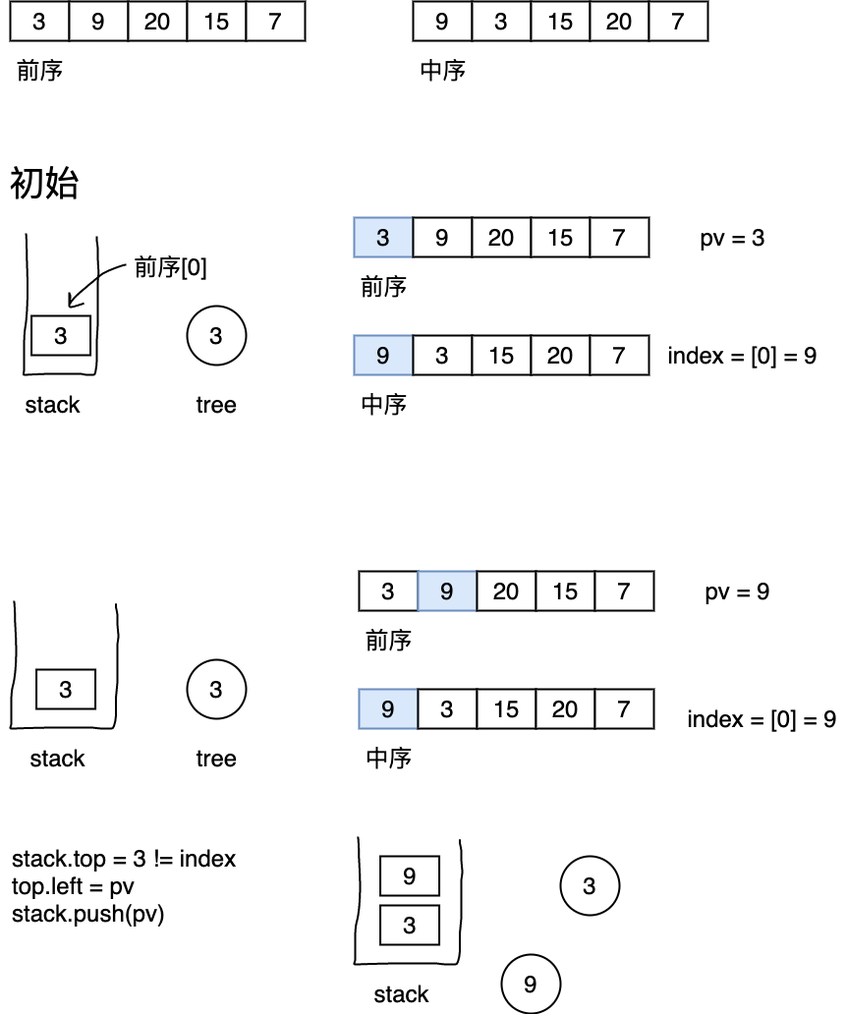
Before: offer_07.png, a diagram exported from draw.io (autsu/diagrams). Source tidied: cells renumbered, new cells last; positions are measured from the earlier drawing's top-left corner, leaving out a move shared by most shapes.
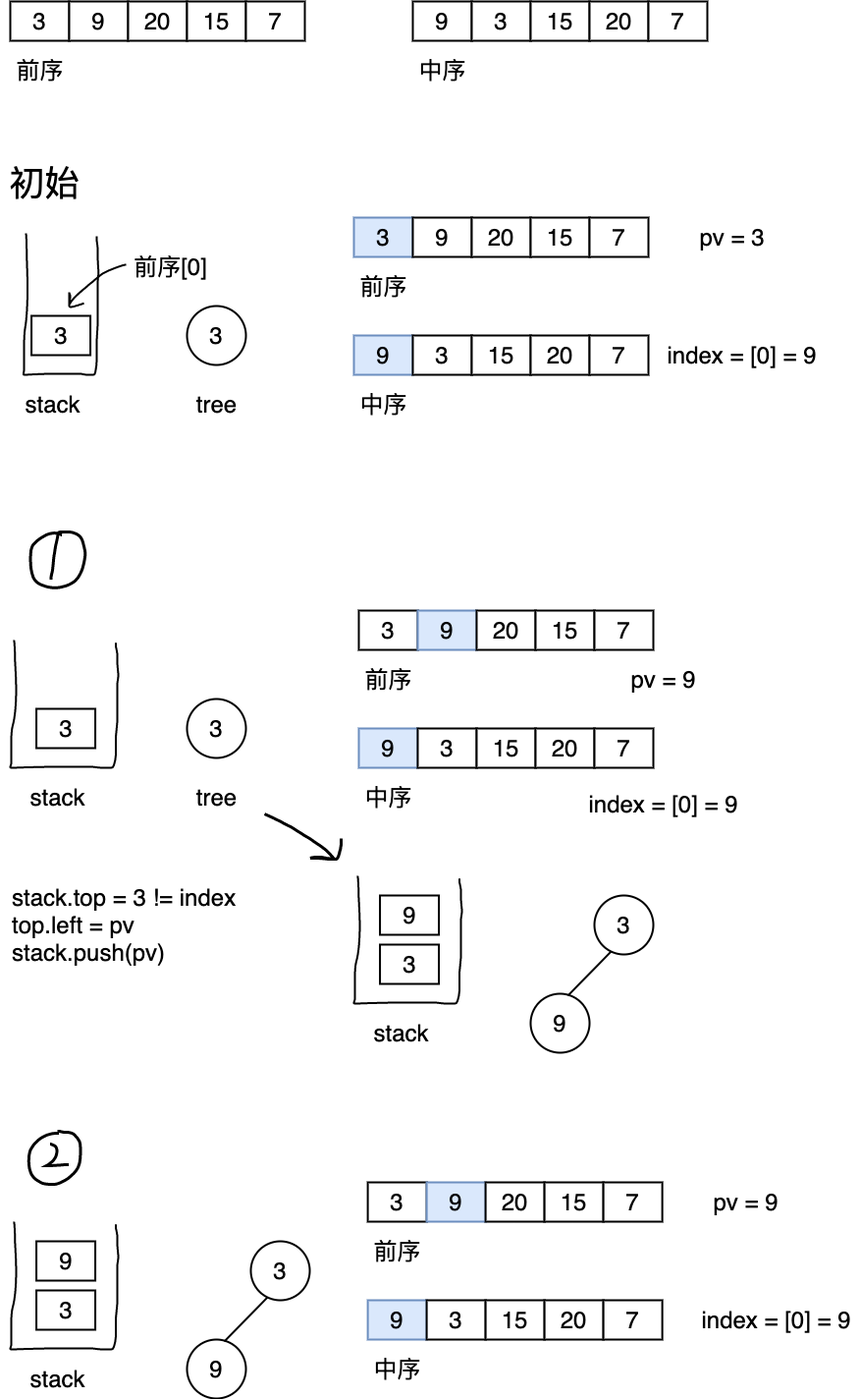
Above is the later version.

Diff of the diagram source:
```diff
@@ -99,58 +99,58 @@
       <mxGeometry x="705" y="230" width="80" height="20" as="geometry" />
     </mxCell>
     <mxCell id="34" style="shape=(stored shape, 1588 characters);fillColor=none;strokeWidth=2;" parent="1" vertex="1">
-      <mxGeometry x="10" y="610" width="110" height="130" as="geometry" />
+      <mxGeometry x="10" y="650" width="110" height="130" as="geometry" />
     </mxCell>
     <mxCell id="35" value="&lt;span style=&quot;font-size: 24px&quot;&gt;3&lt;/span&gt;" style="rounded=0;whiteSpace=wrap;html=1;strokeWidth=2;" parent="1" vertex="1">
-      <mxGeometry x="36.6" y="680" width="60" height="40" as="geometry" />
+      <mxGeometry x="36.6" y="720" width="60" height="40" as="geometry" />
     </mxCell>
     <mxCell id="36" value="&lt;font style=&quot;font-size: 24px&quot;&gt;3&lt;/font&gt;" style="ellipse;whiteSpace=wrap;html=1;strokeWidth=2;" parent="1" vertex="1">
-      <mxGeometry x="190" y="670" width="60" height="60" as="geometry" />
+      <mxGeometry x="190" y="710" width="60" height="60" as="geometry" />
     </mxCell>
     <mxCell id="37" value="&lt;font style=&quot;font-size: 24px&quot;&gt;3&lt;/font&gt;" style="rounded=0;whiteSpace=wrap;html=1;strokeWidth=2;" parent="1" vertex="1">
-      <mxGeometry x="365" y="580" width="60" height="40" as="geometry" />
+      <mxGeometry x="365" y="620" width="60" height="40" as="geometry" />
     </mxCell>
     <mxCell id="38" value="&lt;span style=&quot;font-size: 24px&quot;&gt;9&lt;/span&gt;" style="rounded=0;whiteSpace=wrap;html=1;strokeWidth=2;fillColor=#dae8fc;strokeColor=#6c8ebf;" parent="1" vertex="1">
-      <mxGeometry x="425" y="580" width="60" height="40" as="geometry" />
+      <mxGeometry x="425" y="620" width="60" height="40" as="geometry" />
     </mxCell>
     <mxCell id="39" value="&lt;span style=&quot;font-size: 24px&quot;&gt;20&lt;/span&gt;" style="rounded=0;whiteSpace=wrap;html=1;strokeWidth=2;" parent="1" vertex="1">
-      <mxGeometry x="485" y="580" width="60" height="40" as="geometry" />
+      <mxGeometry x="485" y="620" width="60" height="40" as="geometry" />
     </mxCell>
     <mxCell id="40" value="&lt;span style=&quot;font-size: 24px&quot;&gt;15&lt;/span&gt;" style="rounded=0;whiteSpace=wrap;html=1;strokeWidth=2;" parent="1" vertex="1">
-      <mxGeometry x="545" y="580" width="60" height="40" as="geometry" />
+      <mxGeometry x="545" y="620" width="60" height="40" as="geometry" />
     </mxCell>
     <mxCell id="41" value="&lt;span style=&quot;font-size: 24px&quot;&gt;7&lt;/span&gt;" style="rounded=0;whiteSpace=wrap;html=1;strokeWidth=2;" parent="1" vertex="1">
-      <mxGeometry x="605" y="580" width="60" height="40" as="geometry" />
+      <mxGeometry x="605" y="620" width="60" height="40" as="geometry" />
     </mxCell>
     <mxCell id="42" value="&lt;font style=&quot;font-size: 24px&quot;&gt;前序&lt;/font&gt;" style="text;html=1;align=center;verticalAlign=middle;fillColor=none;strokeColor=none;rounded=0;" parent="1" vertex="1">
-      <mxGeometry x="365" y="640" width="60" height="20" as="geometry" />
+      <mxGeometry x="365" y="680" width="60" height="20" as="geometry" />
     </mxCell>
     <mxCell id="43" value="&lt;span style=&quot;font-size: 24px&quot;&gt;9&lt;/span&gt;" style="rounded=0;whiteSpace=wrap;html=1;strokeWidth=2;fillColor=#dae8fc;strokeColor=#6c8ebf;" parent="1" vertex="1">
-      <mxGeometry x="365" y="700" width="60" height="40" as="geometry" />
+      <mxGeometry x="365" y="740" width="60" height="40" as="geometry" />
     </mxCell>
     <mxCell id="44" value="&lt;span style=&quot;font-size: 24px&quot;&gt;3&lt;/span&gt;" style="rounded=0;whiteSpace=wrap;html=1;strokeWidth=2;" parent="1" vertex="1">
-      <mxGeometry x="425" y="700" width="60" height="40" as="geometry" />
+      <mxGeometry x="425" y="740" width="60" height="40" as="geometry" />
     </mxCell>
     <mxCell id="45" value="&lt;span style=&quot;font-size: 24px&quot;&gt;15&lt;/span&gt;" style="rounded=0;whiteSpace=wrap;html=1;strokeWidth=2;" parent="1" vertex="1">
-      <mxGeometry x="485" y="700" width="60" height="40" as="geometry" />
+      <mxGeometry x="485" y="740" width="60" height="40" as="geometry" />
     </mxCell>
     <mxCell id="46" value="&lt;span style=&quot;font-size: 24px&quot;&gt;20&lt;/span&gt;" style="rounded=0;whiteSpace=wrap;html=1;strokeWidth=2;" parent="1" vertex="1">
-      <mxGeometry x="545" y="700" width="60" height="40" as="geometry" />
+      <mxGeometry x="545" y="740" width="60" height="40" as="geometry" />
     </mxCell>
     <mxCell id="47" value="&lt;span style=&quot;font-size: 24px&quot;&gt;7&lt;/span&gt;" style="rounded=0;whiteSpace=wrap;html=1;strokeWidth=2;" parent="1" vertex="1">
-      <mxGeometry x="605" y="700" width="60" height="40" as="geometry" />
+      <mxGeometry x="605" y="740" width="60" height="40" as="geometry" />
     </mxCell>
     <mxCell id="48" value="&lt;font style=&quot;font-size: 24px&quot;&gt;中序&lt;/font&gt;" style="text;html=1;align=center;verticalAlign=middle;fillColor=none;strokeColor=none;rounded=0;" parent="1" vertex="1">
-      <mxGeometry x="365" y="760" width="60" height="20" as="geometry" />
+      <mxGeometry x="365" y="800" width="60" height="20" as="geometry" />
     </mxCell>
     <mxCell id="49" value="&lt;font style=&quot;font-size: 24px&quot;&gt;stack&lt;/font&gt;" style="text;html=1;align=center;verticalAlign=middle;fillColor=none;strokeColor=none;rounded=0;" parent="1" vertex="1">
-      <mxGeometry x="23.4" y="760" width="70" height="20" as="geometry" />
+      <mxGeometry x="23.4" y="800" width="70" height="20" as="geometry" />
     </mxCell>
     <mxCell id="50" value="&lt;font style=&quot;font-size: 24px&quot;&gt;tree&lt;/font&gt;" style="text;html=1;align=center;verticalAlign=middle;fillColor=none;strokeColor=none;rounded=0;" parent="1" vertex="1">
-      <mxGeometry x="190" y="760" width="60" height="20" as="geometry" />
+      <mxGeometry x="190" y="800" width="60" height="20" as="geometry" />
     </mxCell>
     <mxCell id="51" value="&lt;font style=&quot;font-size: 24px&quot;&gt;pv = 9&lt;/font&gt;" style="text;html=1;align=center;verticalAlign=middle;fillColor=none;strokeColor=none;rounded=0;" parent="1" vertex="1">
-      <mxGeometry x="710" y="590" width="80" height="20" as="geometry" />
+      <mxGeometry x="635" y="680" width="80" height="20" as="geometry" />
     </mxCell>
     <mxCell id="52" style="shape=(stored shape, 1236 characters);fillColor=none;strokeWidth=2;" parent="1" vertex="1">
       <mxGeometry x="70" y="268" width="58" height="43" as="geometry" />
@@ -159,28 +159,103 @@
       <mxGeometry x="128" y="260" width="90" height="20" as="geometry" />
     </mxCell>
     <mxCell id="54" value="&lt;font style=&quot;font-size: 24px&quot;&gt;index = [0] = 9&lt;/font&gt;" style="text;html=1;align=center;verticalAlign=middle;fillColor=none;strokeColor=none;rounded=0;" parent="1" vertex="1">
-      <mxGeometry x="690" y="720" width="170" height="20" as="geometry" />
+      <mxGeometry x="590" y="807" width="170" height="20" as="geometry" />
     </mxCell>
     <mxCell id="55" value="&lt;font style=&quot;font-size: 24px&quot;&gt;stack.top = 3 != index&lt;br&gt;top.left = pv&lt;br&gt;stack.push(pv)&lt;br&gt;&lt;/font&gt;" style="text;html=1;align=left;verticalAlign=middle;fillColor=none;strokeColor=none;rounded=0;" parent="1" vertex="1">
-      <mxGeometry x="10" y="870" width="240" height="60" as="geometry" />
+      <mxGeometry x="10" y="910" width="240" height="60" as="geometry" />
     </mxCell>
     <mxCell id="56" style="shape=(stored shape, 1588 characters);fillColor=none;strokeWidth=2;" parent="1" vertex="1">
-      <mxGeometry x="360" y="850" width="110" height="130" as="geometry" />
+      <mxGeometry x="360" y="890" width="110" height="130" as="geometry" />
     </mxCell>
     <mxCell id="57" value="&lt;span style=&quot;font-size: 24px&quot;&gt;3&lt;/span&gt;" style="rounded=0;whiteSpace=wrap;html=1;strokeWidth=2;" parent="1" vertex="1">
-      <mxGeometry x="386.6" y="920" width="60" height="40" as="geometry" />
+      <mxGeometry x="386.6" y="960" width="60" height="40" as="geometry" />
     </mxCell>
     <mxCell id="58" value="&lt;font style=&quot;font-size: 24px&quot;&gt;3&lt;/font&gt;" style="ellipse;whiteSpace=wrap;html=1;strokeWidth=2;" parent="1" vertex="1">
-      <mxGeometry x="570" y="870" width="60" height="60" as="geometry" />
+      <mxGeometry x="605" y="910" width="60" height="60" as="geometry" />
     </mxCell>
     <mxCell id="59" value="&lt;font style=&quot;font-size: 24px&quot;&gt;stack&lt;/font&gt;" style="text;html=1;align=center;verticalAlign=middle;fillColor=none;strokeColor=none;rounded=0;" parent="1" vertex="1">
-      <mxGeometry x="373.4" y="1000" width="70" height="20" as="geometry" />
+      <mxGeometry x="373.4" y="1040" width="70" height="20" as="geometry" />
     </mxCell>
     <mxCell id="60" value="&lt;span style=&quot;font-size: 24px&quot;&gt;9&lt;/span&gt;" style="rounded=0;whiteSpace=wrap;html=1;strokeWidth=2;" parent="1" vertex="1">
-      <mxGeometry x="386.6" y="870" width="60" height="40" as="geometry" />
+      <mxGeometry x="386.6" y="910" width="60" height="40" as="geometry" />
     </mxCell>
     <mxCell id="61" value="&lt;font style=&quot;font-size: 24px&quot;&gt;9&lt;/font&gt;" style="ellipse;whiteSpace=wrap;html=1;strokeWidth=2;" parent="1" vertex="1">
-      <mxGeometry x="510" y="970" width="60" height="60" as="geometry" />
+      <mxGeometry x="540" y="1010" width="60" height="60" as="geometry" />
     </mxCell>
+    <mxCell id="62" style="shape=(stored shape, 1960 characters);fillColor=none;strokeWidth=3;" parent="1" vertex="1">
+      <mxGeometry x="30.5" y="540" width="55.8" height="56.8" as="geometry" />
+    </mxCell>
+    <mxCell id="63" style="endArrow=none;html=1;strokeWidth=2;entryX=0.283;entryY=0.95;entryDx=0;entryDy=0;entryPerimeter=0;exitX=0.633;exitY=0.033;exitDx=0;exitDy=0;exitPerimeter=0;" parent="1" edge="1" source="61" target="58">
+      <mxGeometry relative="1" as="geometry" />
+    </mxCell>
+    <mxCell id="64" style="shape=(stored shape, 1760 characters);fillColor=none;strokeWidth=3;" parent="1" vertex="1">
+      <mxGeometry x="269" y="827" width="78" height="46" as="geometry" />
+    </mxCell>
+    <mxCell id="65" style="shape=(stored shape, 1940 characters);fillColor=none;strokeWidth=3;" parent="1" vertex="1">
+      <mxGeometry x="28.9" y="1150" width="52.8" height="54" as="geometry" />
+    </mxCell>
+    <mxCell id="66" style="shape=(stored shape, 1588 characters);fillColor=none;strokeWidth=2;" parent="1" vertex="1">
+      <mxGeometry x="10" y="1242" width="110" height="130" as="geometry" />
+    </mxCell>
+    <mxCell id="67" value="&lt;span style=&quot;font-size: 24px&quot;&gt;3&lt;/span&gt;" style="rounded=0;whiteSpace=wrap;html=1;strokeWidth=2;" parent="1" vertex="1">
+      <mxGeometry x="36.6" y="1312" width="60" height="40" as="geometry" />
+    </mxCell>
+    <mxCell id="68" value="&lt;font style=&quot;font-size: 24px&quot;&gt;3&lt;/font&gt;" style="ellipse;whiteSpace=wrap;html=1;strokeWidth=2;" parent="1" vertex="1">
+      <mxGeometry x="255" y="1262" width="60" height="60" as="geometry" />
+    </mxCell>
+    <mxCell id="69" value="&lt;font style=&quot;font-size: 24px&quot;&gt;stack&lt;/font&gt;" style="text;html=1;align=center;verticalAlign=middle;fillColor=none;strokeColor=none;rounded=0;" parent="1" vertex="1">
+      <mxGeometry x="23.4" y="1392" width="70" height="20" as="geometry" />
+    </mxCell>
+    <mxCell id="70" value="&lt;span style=&quot;font-size: 24px&quot;&gt;9&lt;/span&gt;" style="rounded=0;whiteSpace=wrap;html=1;strokeWidth=2;" parent="1" vertex="1">
+      <mxGeometry x="36.6" y="1262" width="60" height="40" as="geometry" />
+    </mxCell>
+    <mxCell id="71" value="&lt;font style=&quot;font-size: 24px&quot;&gt;9&lt;/font&gt;" style="ellipse;whiteSpace=wrap;html=1;strokeWidth=2;" parent="1" vertex="1">
+      <mxGeometry x="190" y="1362" width="60" height="60" as="geometry" />
+    </mxCell>
+    <mxCell id="72" style="endArrow=none;html=1;strokeWidth=2;entryX=0.283;entryY=0.95;entryDx=0;entryDy=0;entryPerimeter=0;exitX=0.633;exitY=0.033;exitDx=0;exitDy=0;exitPerimeter=0;" parent="1" edge="1" source="71" target="68">
+      <mxGeometry relative="1" as="geometry" />
+    </mxCell>
+    <mxCell id="73" value="&lt;font style=&quot;font-size: 24px&quot;&gt;3&lt;/font&gt;" style="rounded=0;whiteSpace=wrap;html=1;strokeWidth=2;" parent="1" vertex="1">
+      <mxGeometry x="374.1" y="1202" width="60" height="40" as="geometry" />
+    </mxCell>
+    <mxCell id="74" value="&lt;span style=&quot;font-size: 24px&quot;&gt;9&lt;/span&gt;" style="rounded=0;whiteSpace=wrap;html=1;strokeWidth=2;fillColor=#dae8fc;strokeColor=#6c8ebf;" parent="1" vertex="1">
+      <mxGeometry x="434.1" y="1202" width="60" height="40" as="geometry" />
+    </mxCell>
+    <mxCell id="75" value="&lt;span style=&quot;font-size: 24px&quot;&gt;20&lt;/span&gt;" style="rounded=0;whiteSpace=wrap;html=1;strokeWidth=2;" parent="1" vertex="1">
+      <mxGeometry x="494.1" y="1202" width="60" height="40" as="geometry" />
+    </mxCell>
+    <mxCell id="76" value="&lt;span style=&quot;font-size: 24px&quot;&gt;15&lt;/span&gt;" style="rounded=0;whiteSpace=wrap;html=1;strokeWidth=2;" parent="1" vertex="1">
+      <mxGeometry x="554.1" y="1202" width="60" height="40" as="geometry" />
+    </mxCell>
+    <mxCell id="77" value="&lt;span style=&quot;font-size: 24px&quot;&gt;7&lt;/span&gt;" style="rounded=0;whiteSpace=wrap;html=1;strokeWidth=2;" parent="1" vertex="1">
+      <mxGeometry x="614.1" y="1202" width="60" height="40" as="geometry" />
+    </mxCell>
+    <mxCell id="78" value="&lt;font style=&quot;font-size: 24px&quot;&gt;前序&lt;/font&gt;" style="text;html=1;align=center;verticalAlign=middle;fillColor=none;strokeColor=none;rounded=0;" parent="1" vertex="1">
+      <mxGeometry x="374.1" y="1262" width="60" height="20" as="geometry" />
+    </mxCell>
+    <mxCell id="79" value="&lt;span style=&quot;font-size: 24px&quot;&gt;9&lt;/span&gt;" style="rounded=0;whiteSpace=wrap;html=1;strokeWidth=2;fillColor=#dae8fc;strokeColor=#6c8ebf;" parent="1" vertex="1">
+      <mxGeometry x="374.1" y="1322" width="60" height="40" as="geometry" />
+    </mxCell>
+    <mxCell id="80" value="&lt;span style=&quot;font-size: 24px&quot;&gt;3&lt;/span&gt;" style="rounded=0;whiteSpace=wrap;html=1;strokeWidth=2;" parent="1" vertex="1">
+      <mxGeometry x="434.1" y="1322" width="60" height="40" as="geometry" />
+    </mxCell>
+    <mxCell id="81" value="&lt;span style=&quot;font-size: 24px&quot;&gt;15&lt;/span&gt;" style="rounded=0;whiteSpace=wrap;html=1;strokeWidth=2;" parent="1" vertex="1">
+      <mxGeometry x="494.1" y="1322" width="60" height="40" as="geometry" />
+    </mxCell>
+    <mxCell id="82" value="&lt;span style=&quot;font-size: 24px&quot;&gt;20&lt;/span&gt;" style="rounded=0;whiteSpace=wrap;html=1;strokeWidth=2;" parent="1" vertex="1">
+      <mxGeometry x="554.1" y="1322" width="60" height="40" as="geometry" />
+    </mxCell>
+    <mxCell id="83" value="&lt;span style=&quot;font-size: 24px&quot;&gt;7&lt;/span&gt;" style="rounded=0;whiteSpace=wrap;html=1;strokeWidth=2;" parent="1" vertex="1">
+      <mxGeometry x="614.1" y="1322" width="60" height="40" as="geometry" />
+    </mxCell>
+    <mxCell id="84" value="&lt;font style=&quot;font-size: 24px&quot;&gt;中序&lt;/font&gt;" style="text;html=1;align=center;verticalAlign=middle;fillColor=none;strokeColor=none;rounded=0;" parent="1" vertex="1">
+      <mxGeometry x="374.1" y="1382" width="60" height="20" as="geometry" />
+    </mxCell>
+    <mxCell id="85" value="&lt;font style=&quot;font-size: 24px&quot;&gt;pv = 9&lt;/font&gt;" style="text;html=1;align=center;verticalAlign=middle;fillColor=none;strokeColor=none;rounded=0;" parent="1" vertex="1">
+      <mxGeometry x="719.1" y="1212" width="80" height="20" as="geometry" />
+    </mxCell>
+    <mxCell id="86" value="&lt;font style=&quot;font-size: 24px&quot;&gt;index = [0] = 9&lt;/font&gt;" style="text;html=1;align=center;verticalAlign=middle;fillColor=none;strokeColor=none;rounded=0;" parent="1" vertex="1">
+      <mxGeometry x="705" y="1332" width="170" height="20" as="geometry" />
+    </mxCell>
   </root>
 </mxGraphModel>
```
